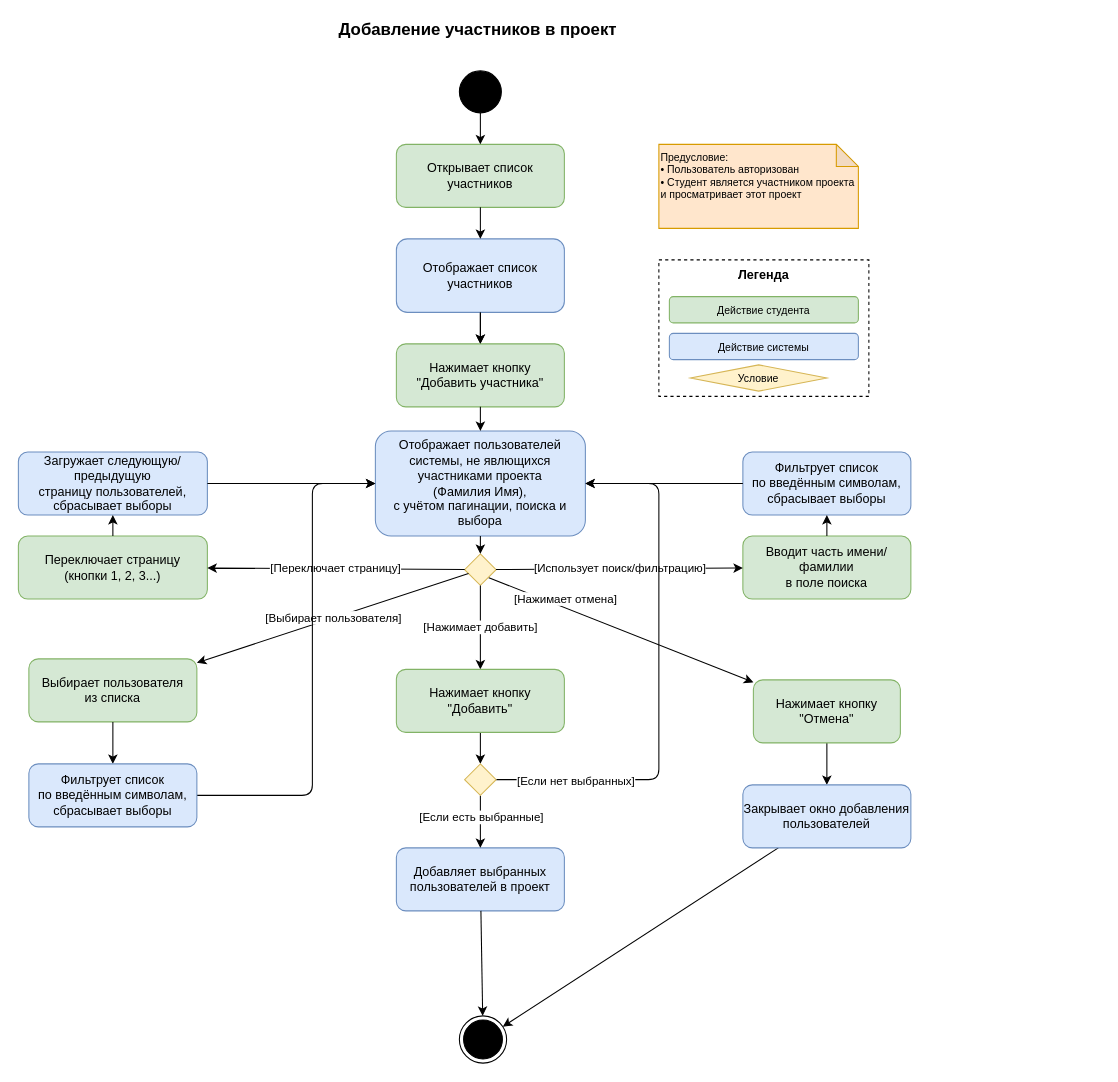
Above: page "Добавление участников" (2 of 7) of diagrams/activity-scenarios.drawio in Educational-Projects-Se2my00of5/osnovyprymoyrazrabotki (draw.io), before the change. Source tidied: cells renumbered, new cells numbered last; positions are measured from the earlier drawing's top-left corner, leaving out a move shared by most shapes. Both pictures are drawn from the tidied source at 105%, with x=0, y=0 at pixel (18, 18).
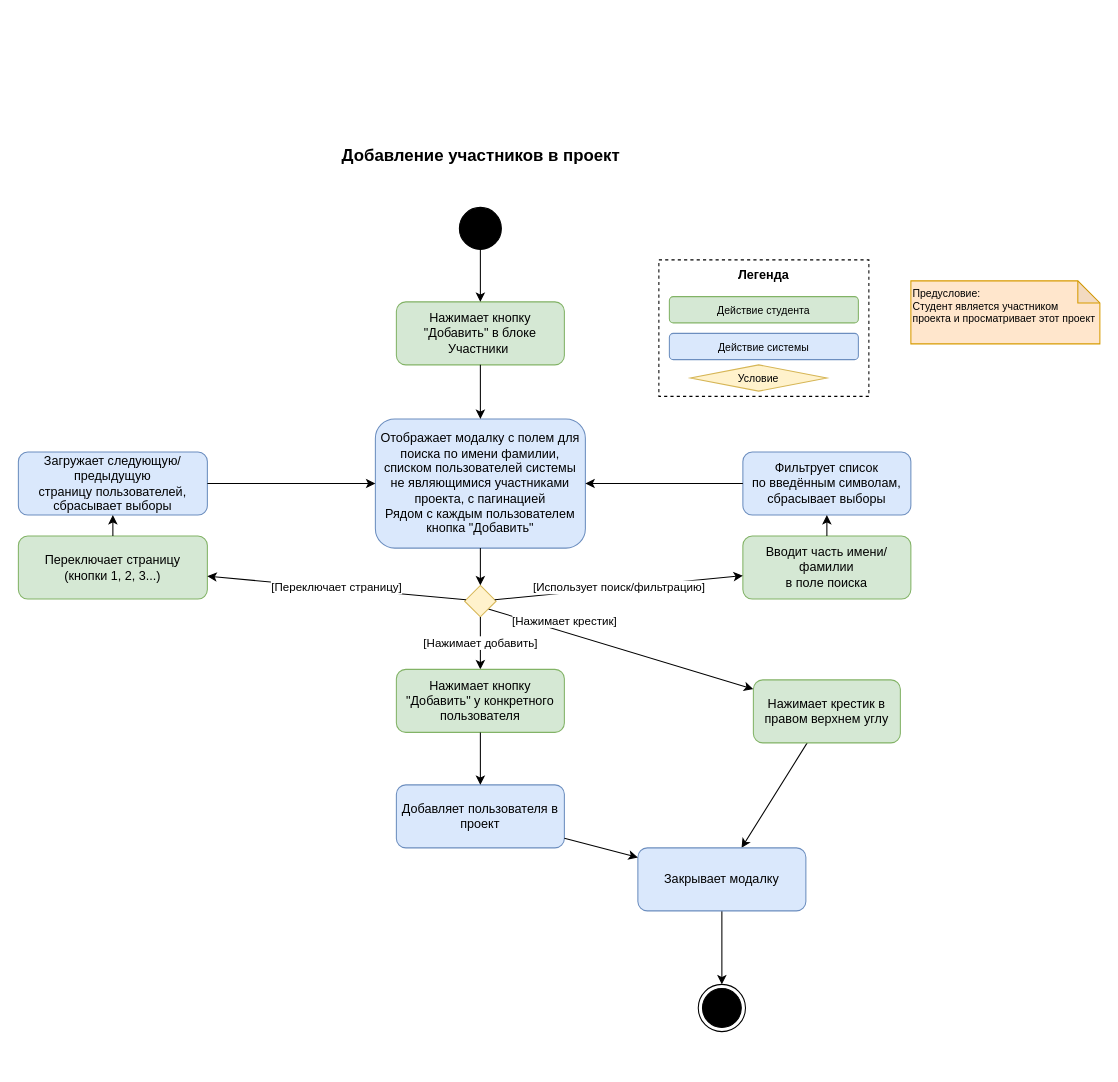
The same page after the edit.

Unchanged cells that the change refers to:
```xml
<mxCell id="20" style="edgeStyle=none;html=1;exitX=1;exitY=1;exitDx=0;exitDy=0;" parent="1" edge="1" source="22" target="50">
  <mxGeometry relative="1" as="geometry" />
</mxCell>
```

What changed in the source:
```diff
@@
     <mxCell id="2" value="Добавление участников в проект&amp;nbsp;" style="text;html=1;strokeColor=none;fillColor=none;align=center;verticalAlign=middle;whiteSpace=wrap;rounded=0;fontSize=16;fontStyle=1;" parent="1" vertex="1">
-      <mxGeometry x="90" width="700" height="20" as="geometry" />
+      <mxGeometry x="92.5" y="120" width="700" height="20" as="geometry" />
     </mxCell>
-    <mxCell id="3" value="Предусловие:&lt;br&gt;• Пользователь авторизован&lt;br&gt;• Студент является участником проекта и просматривает этот проект" style="shape=note;whiteSpace=wrap;html=1;backgroundOutline=1;darkOpacity=0.05;fillColor=#ffe6cc;strokeColor=#d79b00;align=left;verticalAlign=top;fontSize=10;size=21;" parent="1" vertex="1">
-      <mxGeometry x="610" y="120" width="190" height="80" as="geometry" />
+    <mxCell id="3" value="Предусловие:&lt;br&gt;Студент является участником проекта и просматривает этот проект" style="shape=note;whiteSpace=wrap;html=1;backgroundOutline=1;darkOpacity=0.05;fillColor=#ffe6cc;strokeColor=#d79b00;align=left;verticalAlign=top;fontSize=10;size=21;" parent="1" vertex="1">
+      <mxGeometry x="850" y="250" width="180" height="60" as="geometry" />
     </mxCell>
@@
     <mxCell id="10" style="ellipse;whiteSpace=wrap;html=1;fillColor=#000000;" parent="1" vertex="1">
-      <mxGeometry x="420" y="50" width="40" height="40" as="geometry" />
+      <mxGeometry x="420" y="180" width="40" height="40" as="geometry" />
     </mxCell>
-    <mxCell id="11" value="Открывает список участников" style="rounded=1;whiteSpace=wrap;html=1;fillColor=#d5e8d4;strokeColor=#82b366;" parent="1" vertex="1">
-      <mxGeometry x="360" y="120" width="160" height="60" as="geometry" />
+    <mxCell id="11" value="Нажимает кнопку &quot;Добавить&quot; в блоке Участники&amp;nbsp;" style="rounded=1;whiteSpace=wrap;html=1;fillColor=#d5e8d4;strokeColor=#82b366;" parent="1" vertex="1">
+      <mxGeometry x="360" y="270" width="160" height="60" as="geometry" />
     </mxCell>
@@
-    <mxCell id="13" style="edgeStyle=none;html=1;" parent="1" edge="1" source="14" target="16">
-      <mxGeometry relative="1" as="geometry" />
-    </mxCell>
-    <mxCell id="14" value="Отображает&amp;nbsp;список&lt;br&gt;участников" style="rounded=1;whiteSpace=wrap;html=1;fillColor=#dae8fc;strokeColor=#6c8ebf;" parent="1" vertex="1">
-      <mxGeometry x="360" y="210" width="160" height="70" as="geometry" />
-    </mxCell>
-    <mxCell id="15" style="endArrow=classic;html=1;" parent="1" edge="1" source="11" target="14">
-      <mxGeometry relative="1" as="geometry" />
-    </mxCell>
-    <mxCell id="16" value="Нажимает кнопку&#10;&quot;Добавить участника&quot;" style="rounded=1;whiteSpace=wrap;html=1;fillColor=#d5e8d4;strokeColor=#82b366;" parent="1" vertex="1">
-      <mxGeometry x="360" y="310" width="160" height="60" as="geometry" />
-    </mxCell>
-    <mxCell id="17" style="endArrow=classic;html=1;" parent="1" edge="1" source="14" target="16">
-      <mxGeometry relative="1" as="geometry" />
-    </mxCell>
-    <mxCell id="18" value="Отображает пользователей системы, не явлющихся участниками проекта&lt;br&gt;(Фамилия Имя),&lt;br&gt;с учётом пагинации, поиска и выбора" style="rounded=1;whiteSpace=wrap;html=1;fillColor=#dae8fc;strokeColor=#6c8ebf;" parent="1" vertex="1">
-      <mxGeometry x="340" y="393" width="200" height="100" as="geometry" />
+    <mxCell id="18" value="&lt;span style=&quot;color: rgb(0, 0, 0);&quot;&gt;Отображает модалку с полем для поиска по имени фамилии, списком пользователей системы не являющимися участниками проекта, с пагинацией&lt;br&gt;Рядом с каждым пользователем кнопка &quot;Добавить&quot;&lt;/span&gt;" style="rounded=1;whiteSpace=wrap;html=1;fillColor=#dae8fc;strokeColor=#6c8ebf;" parent="1" vertex="1">
+      <mxGeometry x="340" y="381.5" width="200" height="123" as="geometry" />
     </mxCell>
-    <mxCell id="19" style="endArrow=classic;html=1;" parent="1" edge="1" source="16" target="18">
-      <mxGeometry relative="1" as="geometry" />
-    </mxCell>
@@
-    <mxCell id="21" value="[Нажимает отмена]" style="edgeLabel;html=1;align=center;verticalAlign=middle;" parent="20" vertex="1">
+    <mxCell id="21" value="[Нажимает крестик]" style="edgeLabel;html=1;align=center;verticalAlign=middle;" parent="20" vertex="1">
       <mxGeometry x="-0.24" y="2" relative="1" as="geometry">
         <mxPoint x="-24" y="-16" as="offset" />
       </mxGeometry>
     </mxCell>
     <mxCell id="22" style="rhombus;fillColor=#fff2cc;strokeColor=#d6b656;" parent="1" vertex="1">
-      <mxGeometry x="425" y="510" width="30" height="30" as="geometry" />
+      <mxGeometry x="425" y="540" width="30" height="30" as="geometry" />
     </mxCell>
@@
-    <mxCell id="34" value="Выбирает пользователя&lt;br&gt;из списка" style="rounded=1;whiteSpace=wrap;html=1;fillColor=#d5e8d4;strokeColor=#82b366;" parent="1" vertex="1">
-      <mxGeometry x="10" y="610" width="160" height="60" as="geometry" />
-    </mxCell>
-    <mxCell id="35" value="[Выбирает пользователя]" style="endArrow=classic;html=1;" parent="1" edge="1" source="22" target="34">
-      <mxGeometry relative="1" as="geometry" />
-    </mxCell>
-    <mxCell id="36" style="endArrow=classic;html=1;" parent="1" edge="1" source="34" target="48">
-      <mxGeometry relative="1" as="geometry" />
-    </mxCell>
-    <mxCell id="37" value="Добавляет выбранных пользователей в проект" style="rounded=1;whiteSpace=wrap;html=1;fillColor=#dae8fc;strokeColor=#6c8ebf;" parent="1" vertex="1">
-      <mxGeometry x="360" y="790" width="160" height="60" as="geometry" />
+    <mxCell id="37" value="Добавляет пользователя в проект" style="rounded=1;whiteSpace=wrap;html=1;fillColor=#dae8fc;strokeColor=#6c8ebf;" parent="1" vertex="1">
+      <mxGeometry x="360" y="730" width="160" height="60" as="geometry" />
     </mxCell>
-    <mxCell id="38" style="endArrow=classic;html=1;" parent="1" edge="1" source="37" target="53">
-      <mxGeometry relative="1" as="geometry" />
-    </mxCell>
@@
-    <mxCell id="40" style="edgeStyle=none;html=1;exitX=0.5;exitY=1;exitDx=0;exitDy=0;" parent="1" edge="1" source="41" target="46">
-      <mxGeometry relative="1" as="geometry" />
-    </mxCell>
-    <mxCell id="41" value="Нажимает кнопку &quot;Добавить&quot;" style="rounded=1;whiteSpace=wrap;html=1;fillColor=#d5e8d4;strokeColor=#82b366;" parent="1" vertex="1">
+    <mxCell id="41" value="Нажимает кнопку &quot;Добавить&quot; у конкретного пользователя" style="rounded=1;whiteSpace=wrap;html=1;fillColor=#d5e8d4;strokeColor=#82b366;" parent="1" vertex="1">
       <mxGeometry x="360" y="620" width="160" height="60" as="geometry" />
     </mxCell>
-    <mxCell id="42" style="edgeStyle=none;html=1;" parent="1" edge="1" source="46" target="18">
-      <mxGeometry relative="1" as="geometry">
-        <Array as="points">
-          <mxPoint x="610" y="725" />
-          <mxPoint x="610" y="443" />
-        </Array>
-      </mxGeometry>
-    </mxCell>
-    <mxCell id="43" value="[Если нет выбранных]" style="edgeLabel;html=1;align=center;verticalAlign=middle;" parent="42" vertex="1">
-      <mxGeometry x="-0.34" y="-5" relative="1" as="geometry">
-        <mxPoint x="-85" y="13" as="offset" />
-      </mxGeometry>
-    </mxCell>
-    <mxCell id="44" style="edgeStyle=none;html=1;" parent="1" edge="1" source="46" target="37">
-      <mxGeometry relative="1" as="geometry" />
-    </mxCell>
-    <mxCell id="45" value="[Если есть выбранные]" style="edgeLabel;html=1;align=center;verticalAlign=middle;" parent="44" vertex="1">
-      <mxGeometry x="-0.68" y="-1" relative="1" as="geometry">
-        <mxPoint x="1" y="12" as="offset" />
-      </mxGeometry>
-    </mxCell>
-    <mxCell id="46" style="rhombus;fillColor=#fff2cc;strokeColor=#d6b656;" parent="1" vertex="1">
-      <mxGeometry x="425" y="710" width="30" height="30" as="geometry" />
-    </mxCell>
-    <mxCell id="47" style="edgeStyle=none;html=1;" parent="1" edge="1" source="48" target="18">
-      <mxGeometry relative="1" as="geometry">
-        <Array as="points">
-          <mxPoint x="280" y="740" />
-          <mxPoint x="280" y="443" />
-        </Array>
-      </mxGeometry>
-    </mxCell>
-    <mxCell id="48" value="Фильтрует список&lt;br&gt;по введённым символам, сбрасывает выборы" style="rounded=1;whiteSpace=wrap;html=1;fillColor=#dae8fc;strokeColor=#6c8ebf;" parent="1" vertex="1">
-      <mxGeometry x="10" y="710" width="160" height="60" as="geometry" />
-    </mxCell>
@@
-    <mxCell id="50" value="Нажимает кнопку &quot;Отмена&quot;" style="rounded=1;whiteSpace=wrap;html=1;fillColor=#d5e8d4;strokeColor=#82b366;" parent="1" vertex="1">
+    <mxCell id="50" value="Нажимает крестик в правом верхнем углу" style="rounded=1;whiteSpace=wrap;html=1;fillColor=#d5e8d4;strokeColor=#82b366;" parent="1" vertex="1">
       <mxGeometry x="700" y="630" width="140" height="60" as="geometry" />
     </mxCell>
@@
-    <mxCell id="52" value="Закрывает окно добавления пользователей" style="rounded=1;whiteSpace=wrap;html=1;fillColor=#dae8fc;strokeColor=#6c8ebf;" parent="1" vertex="1">
-      <mxGeometry x="690" y="730" width="160" height="60" as="geometry" />
+    <mxCell id="52" value="Закрывает модалку" style="rounded=1;whiteSpace=wrap;html=1;fillColor=#dae8fc;strokeColor=#6c8ebf;" parent="1" vertex="1">
+      <mxGeometry x="590" y="790" width="160" height="60" as="geometry" />
     </mxCell>
     <mxCell id="53" style="ellipse;html=1;shape=endState;fillColor=strokeColor;" parent="1" vertex="1">
-      <mxGeometry x="420" y="950" width="45" height="45" as="geometry" />
+      <mxGeometry x="647.5" y="920" width="45" height="45" as="geometry" />
     </mxCell>
+    <mxCell id="54" style="endArrow=classic;html=1;" parent="1" edge="1" source="11" target="18">
+      <mxGeometry relative="1" as="geometry" />
+    </mxCell>
+    <mxCell id="55" style="edgeStyle=none;html=1;" parent="1" edge="1" source="41" target="37">
+      <mxGeometry relative="1" as="geometry" />
+    </mxCell>
+    <mxCell id="56" style="edgeStyle=none;html=1;" parent="1" edge="1" source="37" target="52">
+      <mxGeometry relative="1" as="geometry" />
+    </mxCell>
```
